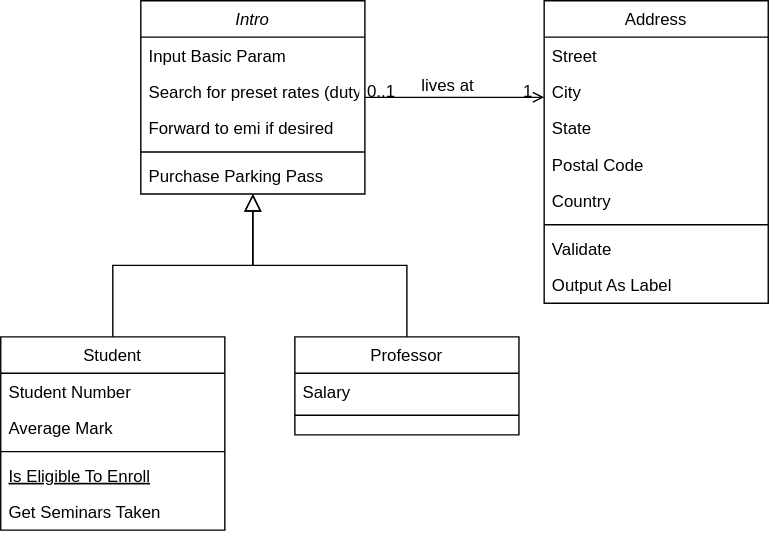
This is ClassDiagram.svg from buddywhitman/flatcalc, a draw.io export, as it was before one commit. Source tidied: cells renumbered, new cells last; positions are measured from the earlier drawing's top-left corner, leaving out a move shared by most shapes.
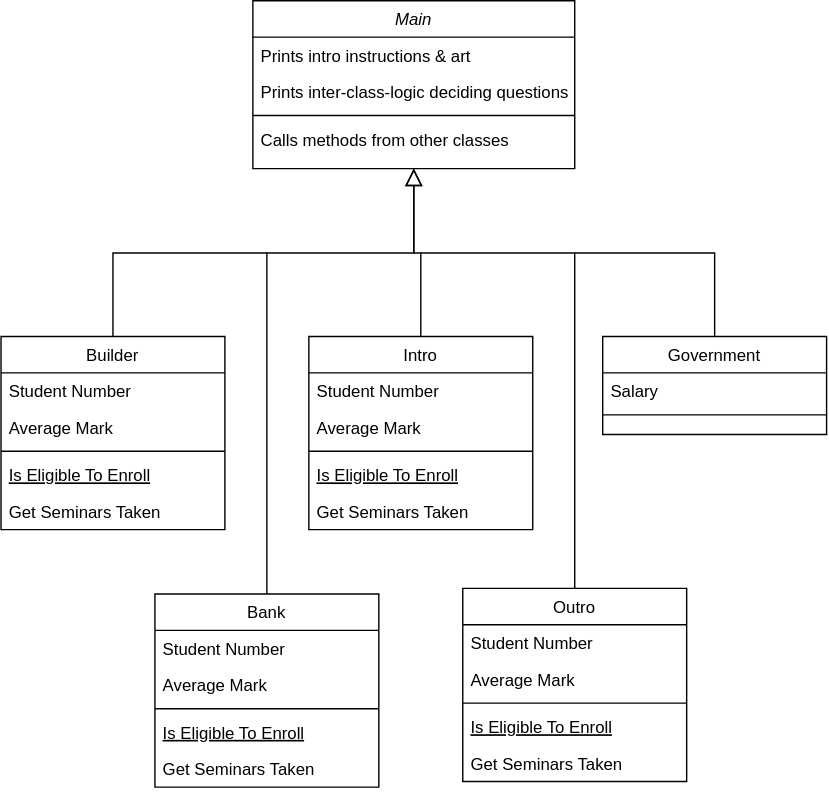
Later version of the same file.

Change to the diagram source:
```diff
@@ -2,26 +2,23 @@
   <root>
     <mxCell id="0" />
     <mxCell id="1" parent="0" />
-    <mxCell id="2" value="Intro" style="swimlane;fontStyle=2;align=center;verticalAlign=top;horizontal=1;startSize=26;rounded=0;shadow=0;strokeWidth=1;" parent="1" vertex="1">
-      <mxGeometry x="100" width="160" height="138" as="geometry" />
+    <mxCell id="2" value="Main" style="swimlane;fontStyle=2;align=center;verticalAlign=top;horizontal=1;startSize=26;rounded=0;shadow=0;strokeWidth=1;" parent="1" vertex="1">
+      <mxGeometry x="110" width="230" height="120" as="geometry" />
     </mxCell>
-    <mxCell id="3" value="Input Basic Param" style="text;align=left;verticalAlign=top;spacingLeft=4;spacingRight=4;overflow=hidden;" parent="2" vertex="1">
-      <mxGeometry y="26" width="160" height="26" as="geometry" />
+    <mxCell id="3" value="Prints intro instructions &amp; art" style="text;align=left;verticalAlign=top;spacingLeft=4;spacingRight=4;overflow=hidden;" parent="2" vertex="1">
+      <mxGeometry y="26" width="230" height="26" as="geometry" />
     </mxCell>
-    <mxCell id="4" value="Search for preset rates (duty)" style="text;align=left;verticalAlign=top;spacingLeft=4;spacingRight=4;overflow=hidden;rounded=0;shadow=0;html=0;" parent="2" vertex="1">
-      <mxGeometry y="52" width="160" height="26" as="geometry" />
+    <mxCell id="4" value="Prints inter-class-logic deciding questions" style="text;align=left;verticalAlign=top;spacingLeft=4;spacingRight=4;overflow=hidden;rounded=0;shadow=0;html=0;" parent="2" vertex="1">
+      <mxGeometry y="52" width="230" height="26" as="geometry" />
     </mxCell>
-    <mxCell id="5" value="Forward to emi if desired" style="text;align=left;verticalAlign=top;spacingLeft=4;spacingRight=4;overflow=hidden;rounded=0;shadow=0;html=0;" parent="2" vertex="1">
-      <mxGeometry y="78" width="160" height="26" as="geometry" />
-    </mxCell>
     <mxCell id="6" style="line;html=1;strokeWidth=1;align=left;verticalAlign=middle;spacingTop=-1;spacingLeft=3;spacingRight=3;labelPosition=right;" parent="2" vertex="1">
-      <mxGeometry y="104" width="160" height="8" as="geometry" />
+      <mxGeometry y="78" width="230" height="8" as="geometry" />
     </mxCell>
-    <mxCell id="7" value="Purchase Parking Pass" style="text;align=left;verticalAlign=top;spacingLeft=4;spacingRight=4;overflow=hidden;" parent="2" vertex="1">
-      <mxGeometry y="112" width="160" height="26" as="geometry" />
+    <mxCell id="7" value="Calls methods from other classes" style="text;align=left;verticalAlign=top;spacingLeft=4;spacingRight=4;overflow=hidden;" parent="2" vertex="1">
+      <mxGeometry y="86" width="230" height="26" as="geometry" />
     </mxCell>
-    <mxCell id="8" value="Student" style="swimlane;fontStyle=0;align=center;verticalAlign=top;horizontal=1;startSize=26;rounded=0;shadow=0;strokeWidth=1;" parent="1" vertex="1">
-      <mxGeometry y="240" width="160" height="138" as="geometry" />
+    <mxCell id="8" value="Builder" style="swimlane;fontStyle=0;align=center;verticalAlign=top;horizontal=1;startSize=26;rounded=0;shadow=0;strokeWidth=1;" parent="1" vertex="1">
+      <mxGeometry x="-70" y="240" width="160" height="138" as="geometry" />
     </mxCell>
     <mxCell id="9" value="Student Number" style="text;align=left;verticalAlign=top;spacingLeft=4;spacingRight=4;overflow=hidden;" parent="8" vertex="1">
       <mxGeometry y="26" width="160" height="26" as="geometry" />
@@ -41,8 +38,8 @@
     <mxCell id="14" style="endArrow=block;endSize=10;endFill=0;shadow=0;strokeWidth=1;rounded=0;edgeStyle=elbowEdgeStyle;elbow=vertical;" parent="1" edge="1" source="8" target="2">
       <mxGeometry relative="1" as="geometry" />
     </mxCell>
-    <mxCell id="15" value="Professor" style="swimlane;fontStyle=0;align=center;verticalAlign=top;horizontal=1;startSize=26;rounded=0;shadow=0;strokeWidth=1;" parent="1" vertex="1">
-      <mxGeometry x="210" y="240" width="160" height="70" as="geometry" />
+    <mxCell id="15" value="Government" style="swimlane;fontStyle=0;align=center;verticalAlign=top;horizontal=1;startSize=26;rounded=0;shadow=0;strokeWidth=1;" parent="1" vertex="1">
+      <mxGeometry x="360" y="240" width="160" height="70" as="geometry" />
     </mxCell>
     <mxCell id="16" value="Salary" style="text;align=left;verticalAlign=top;spacingLeft=4;spacingRight=4;overflow=hidden;" parent="15" vertex="1">
       <mxGeometry y="26" width="160" height="26" as="geometry" />
@@ -53,52 +50,74 @@
     <mxCell id="18" style="endArrow=block;endSize=10;endFill=0;shadow=0;strokeWidth=1;rounded=0;edgeStyle=elbowEdgeStyle;elbow=vertical;" parent="1" edge="1" source="15" target="2">
       <mxGeometry relative="1" as="geometry" />
     </mxCell>
-    <mxCell id="19" value="Address" style="swimlane;fontStyle=0;align=center;verticalAlign=top;horizontal=1;startSize=26;rounded=0;shadow=0;strokeWidth=1;" parent="1" vertex="1">
-      <mxGeometry x="388" width="160" height="216" as="geometry" />
-    </mxCell>
-    <mxCell id="20" value="Street" style="text;align=left;verticalAlign=top;spacingLeft=4;spacingRight=4;overflow=hidden;" parent="19" vertex="1">
-      <mxGeometry y="26" width="160" height="26" as="geometry" />
-    </mxCell>
-    <mxCell id="21" value="City" style="text;align=left;verticalAlign=top;spacingLeft=4;spacingRight=4;overflow=hidden;rounded=0;shadow=0;html=0;" parent="19" vertex="1">
-      <mxGeometry y="52" width="160" height="26" as="geometry" />
-    </mxCell>
-    <mxCell id="22" value="State" style="text;align=left;verticalAlign=top;spacingLeft=4;spacingRight=4;overflow=hidden;rounded=0;shadow=0;html=0;" parent="19" vertex="1">
-      <mxGeometry y="78" width="160" height="26" as="geometry" />
-    </mxCell>
-    <mxCell id="23" value="Postal Code" style="text;align=left;verticalAlign=top;spacingLeft=4;spacingRight=4;overflow=hidden;rounded=0;shadow=0;html=0;" parent="19" vertex="1">
-      <mxGeometry y="104" width="160" height="26" as="geometry" />
-    </mxCell>
-    <mxCell id="24" value="Country" style="text;align=left;verticalAlign=top;spacingLeft=4;spacingRight=4;overflow=hidden;rounded=0;shadow=0;html=0;" parent="19" vertex="1">
-      <mxGeometry y="130" width="160" height="26" as="geometry" />
-    </mxCell>
-    <mxCell id="25" style="line;html=1;strokeWidth=1;align=left;verticalAlign=middle;spacingTop=-1;spacingLeft=3;spacingRight=3;labelPosition=right;" parent="19" vertex="1">
-      <mxGeometry y="156" width="160" height="8" as="geometry" />
-    </mxCell>
-    <mxCell id="26" value="Validate" style="text;align=left;verticalAlign=top;spacingLeft=4;spacingRight=4;overflow=hidden;" parent="19" vertex="1">
-      <mxGeometry y="164" width="160" height="26" as="geometry" />
-    </mxCell>
-    <mxCell id="27" value="Output As Label" style="text;align=left;verticalAlign=top;spacingLeft=4;spacingRight=4;overflow=hidden;" parent="19" vertex="1">
-      <mxGeometry y="190" width="160" height="26" as="geometry" />
-    </mxCell>
-    <mxCell id="28" style="endArrow=open;shadow=0;strokeWidth=1;rounded=0;endFill=1;edgeStyle=elbowEdgeStyle;elbow=vertical;" parent="1" edge="1" source="2" target="19">
-      <mxGeometry x="0.5" y="41" relative="1" as="geometry">
-        <mxPoint x="-40" y="32" as="offset" />
-      </mxGeometry>
-    </mxCell>
-    <mxCell id="29" value="0..1" style="align=left;verticalAlign=bottom;labelBackgroundColor=none;fontSize=12;" parent="28" vertex="1">
-      <mxGeometry x="-1" relative="1" as="geometry">
-        <mxPoint y="4" as="offset" />
-      </mxGeometry>
-    </mxCell>
-    <mxCell id="30" value="1" style="align=right;verticalAlign=bottom;labelBackgroundColor=none;fontSize=12;" parent="28" vertex="1">
-      <mxGeometry x="1" relative="1" as="geometry">
-        <mxPoint x="-7" y="4" as="offset" />
-      </mxGeometry>
-    </mxCell>
-    <mxCell id="31" value="lives at" style="text;html=1;align=center;verticalAlign=middle;labelBackgroundColor=none;rounded=0;shadow=0;strokeWidth=1;fontSize=12;" parent="28" vertex="1">
-      <mxGeometry x="0.5" y="49" relative="1" as="geometry">
-        <mxPoint x="-38" y="40" as="offset" />
-      </mxGeometry>
-    </mxCell>
+    <mxCell id="32" value="Bank" style="swimlane;fontStyle=0;align=center;verticalAlign=top;horizontal=1;startSize=26;rounded=0;shadow=0;strokeWidth=1;" parent="1" vertex="1">
+      <mxGeometry x="40" y="424" width="160" height="138" as="geometry" />
+    </mxCell>
+    <mxCell id="33" value="Student Number" style="text;align=left;verticalAlign=top;spacingLeft=4;spacingRight=4;overflow=hidden;" parent="32" vertex="1">
+      <mxGeometry y="26" width="160" height="26" as="geometry" />
+    </mxCell>
+    <mxCell id="34" value="Average Mark" style="text;align=left;verticalAlign=top;spacingLeft=4;spacingRight=4;overflow=hidden;rounded=0;shadow=0;html=0;" parent="32" vertex="1">
+      <mxGeometry y="52" width="160" height="26" as="geometry" />
+    </mxCell>
+    <mxCell id="35" style="line;html=1;strokeWidth=1;align=left;verticalAlign=middle;spacingTop=-1;spacingLeft=3;spacingRight=3;labelPosition=right;" parent="32" vertex="1">
+      <mxGeometry y="78" width="160" height="8" as="geometry" />
+    </mxCell>
+    <mxCell id="36" value="Is Eligible To Enroll" style="text;align=left;verticalAlign=top;spacingLeft=4;spacingRight=4;overflow=hidden;fontStyle=4;" parent="32" vertex="1">
+      <mxGeometry y="86" width="160" height="26" as="geometry" />
+    </mxCell>
+    <mxCell id="37" value="Get Seminars Taken" style="text;align=left;verticalAlign=top;spacingLeft=4;spacingRight=4;overflow=hidden;" parent="32" vertex="1">
+      <mxGeometry y="112" width="160" height="26" as="geometry" />
+    </mxCell>
+    <mxCell id="38" style="endArrow=none;html=1;exitX=0.5;exitY=0;exitDx=0;exitDy=0;" parent="1" edge="1" source="32">
+      <mxGeometry relative="1" as="geometry">
+        <mxPoint x="120" y="180" as="targetPoint" />
+      </mxGeometry>
+    </mxCell>
+    <mxCell id="39" value="Outro" style="swimlane;fontStyle=0;align=center;verticalAlign=top;horizontal=1;startSize=26;rounded=0;shadow=0;strokeWidth=1;" parent="1" vertex="1">
+      <mxGeometry x="260" y="420" width="160" height="138" as="geometry" />
+    </mxCell>
+    <mxCell id="40" value="Student Number" style="text;align=left;verticalAlign=top;spacingLeft=4;spacingRight=4;overflow=hidden;" parent="39" vertex="1">
+      <mxGeometry y="26" width="160" height="26" as="geometry" />
+    </mxCell>
+    <mxCell id="41" value="Average Mark" style="text;align=left;verticalAlign=top;spacingLeft=4;spacingRight=4;overflow=hidden;rounded=0;shadow=0;html=0;" parent="39" vertex="1">
+      <mxGeometry y="52" width="160" height="26" as="geometry" />
+    </mxCell>
+    <mxCell id="42" style="line;html=1;strokeWidth=1;align=left;verticalAlign=middle;spacingTop=-1;spacingLeft=3;spacingRight=3;labelPosition=right;" parent="39" vertex="1">
+      <mxGeometry y="78" width="160" height="8" as="geometry" />
+    </mxCell>
+    <mxCell id="43" value="Is Eligible To Enroll" style="text;align=left;verticalAlign=top;spacingLeft=4;spacingRight=4;overflow=hidden;fontStyle=4;" parent="39" vertex="1">
+      <mxGeometry y="86" width="160" height="26" as="geometry" />
+    </mxCell>
+    <mxCell id="44" value="Get Seminars Taken" style="text;align=left;verticalAlign=top;spacingLeft=4;spacingRight=4;overflow=hidden;" parent="39" vertex="1">
+      <mxGeometry y="112" width="160" height="26" as="geometry" />
+    </mxCell>
+    <mxCell id="45" style="endArrow=none;html=1;exitX=0.5;exitY=0;exitDx=0;exitDy=0;" parent="1" edge="1" source="39">
+      <mxGeometry relative="1" as="geometry">
+        <mxPoint x="340" y="180" as="targetPoint" />
+      </mxGeometry>
+    </mxCell>
+    <mxCell id="46" value="Intro" style="swimlane;fontStyle=0;align=center;verticalAlign=top;horizontal=1;startSize=26;rounded=0;shadow=0;strokeWidth=1;" parent="1" vertex="1">
+      <mxGeometry x="150" y="240" width="160" height="138" as="geometry" />
+    </mxCell>
+    <mxCell id="47" value="Student Number" style="text;align=left;verticalAlign=top;spacingLeft=4;spacingRight=4;overflow=hidden;" parent="46" vertex="1">
+      <mxGeometry y="26" width="160" height="26" as="geometry" />
+    </mxCell>
+    <mxCell id="48" value="Average Mark" style="text;align=left;verticalAlign=top;spacingLeft=4;spacingRight=4;overflow=hidden;rounded=0;shadow=0;html=0;" parent="46" vertex="1">
+      <mxGeometry y="52" width="160" height="26" as="geometry" />
+    </mxCell>
+    <mxCell id="49" style="line;html=1;strokeWidth=1;align=left;verticalAlign=middle;spacingTop=-1;spacingLeft=3;spacingRight=3;labelPosition=right;" parent="46" vertex="1">
+      <mxGeometry y="78" width="160" height="8" as="geometry" />
+    </mxCell>
+    <mxCell id="50" value="Is Eligible To Enroll" style="text;align=left;verticalAlign=top;spacingLeft=4;spacingRight=4;overflow=hidden;fontStyle=4;" parent="46" vertex="1">
+      <mxGeometry y="86" width="160" height="26" as="geometry" />
+    </mxCell>
+    <mxCell id="51" value="Get Seminars Taken" style="text;align=left;verticalAlign=top;spacingLeft=4;spacingRight=4;overflow=hidden;" parent="46" vertex="1">
+      <mxGeometry y="112" width="160" height="26" as="geometry" />
+    </mxCell>
+    <mxCell id="52" style="endArrow=none;html=1;exitX=0.5;exitY=0;exitDx=0;exitDy=0;" parent="1" edge="1" source="46">
+      <mxGeometry relative="1" as="geometry">
+        <mxPoint x="230" y="180" as="targetPoint" />
+      </mxGeometry>
+    </mxCell>
   </root>
 </mxGraphModel>
```
